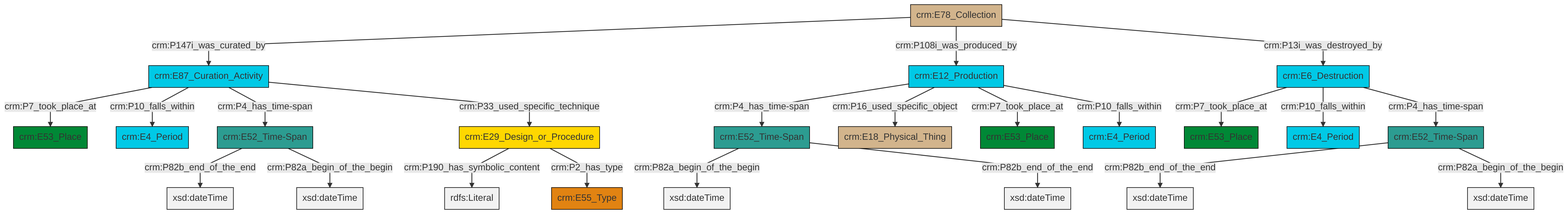
This is et/archivalCSV/ttl/mmd/png/archival_existence.png from swiss-art-research-net/docs.swissartresearch, a Mermaid export, as it was before one commit. Its source is kept beside it as et/archivalCSV/ttl/mmd/archival_existence.ttl.mmd.
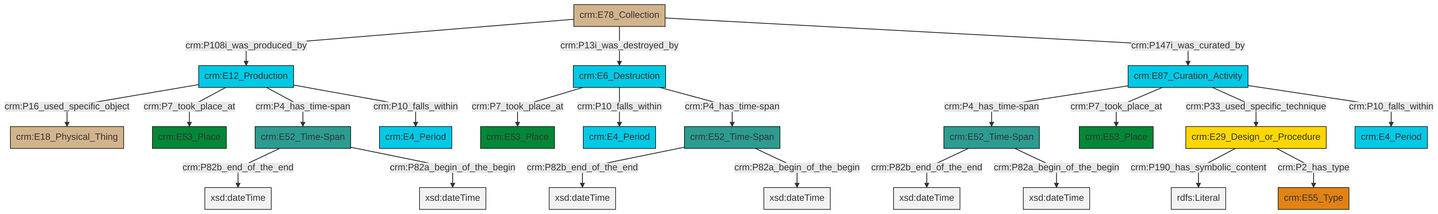
Later version of the same file.

Change to the diagram source:
```diff
@@ -13,25 +13,25 @@
 classDef PC_Classes fill:#4ce600, stroke:#000000;
 classDef Multi fill:#cccccc,stroke:#000000;
 
-0["crm:E87_Curation_Activity"]:::Temporal_Entity -->|crm:P7_took_place_at| 1["crm:E53_Place"]:::Place
-2["crm:E12_Production"]:::Temporal_Entity -->|crm:P4_has_time-span| 3["crm:E52_Time-Span"]:::Time-Span
-4["crm:E52_Time-Span"]:::Time-Span -->|crm:P82b_end_of_the_end| 5[xsd:dateTime]:::Literal
-3["crm:E52_Time-Span"]:::Time-Span -->|crm:P82a_begin_of_the_begin| 8[xsd:dateTime]:::Literal
-6["crm:E78_Collection"]:::Physical_Thing -->|crm:P147i_was_curated_by| 0["crm:E87_Curation_Activity"]:::Temporal_Entity
-2["crm:E12_Production"]:::Temporal_Entity -->|crm:P16_used_specific_object| 14["crm:E18_Physical_Thing"]:::Physical_Thing
-0["crm:E87_Curation_Activity"]:::Temporal_Entity -->|crm:P10_falls_within| 15["crm:E4_Period"]:::Temporal_Entity
-2["crm:E12_Production"]:::Temporal_Entity -->|crm:P7_took_place_at| 18["crm:E53_Place"]:::Place
-0["crm:E87_Curation_Activity"]:::Temporal_Entity -->|crm:P4_has_time-span| 4["crm:E52_Time-Span"]:::Time-Span
-6["crm:E78_Collection"]:::Physical_Thing -->|crm:P108i_was_produced_by| 2["crm:E12_Production"]:::Temporal_Entity
-16["crm:E6_Destruction"]:::Temporal_Entity -->|crm:P7_took_place_at| 26["crm:E53_Place"]:::Place
-11["crm:E52_Time-Span"]:::Time-Span -->|crm:P82b_end_of_the_end| 27[xsd:dateTime]:::Literal
-16["crm:E6_Destruction"]:::Temporal_Entity -->|crm:P10_falls_within| 30["crm:E4_Period"]:::Temporal_Entity
-3["crm:E52_Time-Span"]:::Time-Span -->|crm:P82b_end_of_the_end| 32[xsd:dateTime]:::Literal
-6["crm:E78_Collection"]:::Physical_Thing -->|crm:P13i_was_destroyed_by| 16["crm:E6_Destruction"]:::Temporal_Entity
-16["crm:E6_Destruction"]:::Temporal_Entity -->|crm:P4_has_time-span| 11["crm:E52_Time-Span"]:::Time-Span
-23["crm:E29_Design_or_Procedure"]:::Conceptual_Object -->|crm:P190_has_symbolic_content| 34[rdfs:Literal]:::Literal
-0["crm:E87_Curation_Activity"]:::Temporal_Entity -->|crm:P33_used_specific_technique| 23["crm:E29_Design_or_Procedure"]:::Conceptual_Object
-11["crm:E52_Time-Span"]:::Time-Span -->|crm:P82a_begin_of_the_begin| 35[xsd:dateTime]:::Literal
-23["crm:E29_Design_or_Procedure"]:::Conceptual_Object -->|crm:P2_has_type| 19["crm:E55_Type"]:::Type
-4["crm:E52_Time-Span"]:::Time-Span -->|crm:P82a_begin_of_the_begin| 37[xsd:dateTime]:::Literal
-2["crm:E12_Production"]:::Temporal_Entity -->|crm:P10_falls_within| 28["crm:E4_Period"]:::Temporal_Entity
+0["crm:E52_Time-Span"]:::Time-Span -->|crm:P82b_end_of_the_end| 1[xsd:dateTime]:::Literal
+2["crm:E87_Curation_Activity"]:::Temporal_Entity -->|crm:P4_has_time-span| 3["crm:E52_Time-Span"]:::Time-Span
+6["crm:E29_Design_or_Procedure"]:::Conceptual_Object -->|crm:P190_has_symbolic_content| 7[rdfs:Literal]:::Literal
+8["crm:E12_Production"]:::Temporal_Entity -->|crm:P16_used_specific_object| 9["crm:E18_Physical_Thing"]:::Physical_Thing
+11["crm:E78_Collection"]:::Physical_Thing -->|crm:P108i_was_produced_by| 8["crm:E12_Production"]:::Temporal_Entity
+2["crm:E87_Curation_Activity"]:::Temporal_Entity -->|crm:P7_took_place_at| 13["crm:E53_Place"]:::Place
+8["crm:E12_Production"]:::Temporal_Entity -->|crm:P7_took_place_at| 14["crm:E53_Place"]:::Place
+4["crm:E6_Destruction"]:::Temporal_Entity -->|crm:P7_took_place_at| 15["crm:E53_Place"]:::Place
+4["crm:E6_Destruction"]:::Temporal_Entity -->|crm:P10_falls_within| 17["crm:E4_Period"]:::Temporal_Entity
+11["crm:E78_Collection"]:::Physical_Thing -->|crm:P13i_was_destroyed_by| 4["crm:E6_Destruction"]:::Temporal_Entity
+11["crm:E78_Collection"]:::Physical_Thing -->|crm:P147i_was_curated_by| 2["crm:E87_Curation_Activity"]:::Temporal_Entity
+6["crm:E29_Design_or_Procedure"]:::Conceptual_Object -->|crm:P2_has_type| 20["crm:E55_Type"]:::Type
+0["crm:E52_Time-Span"]:::Time-Span -->|crm:P82a_begin_of_the_begin| 22[xsd:dateTime]:::Literal
+2["crm:E87_Curation_Activity"]:::Temporal_Entity -->|crm:P33_used_specific_technique| 6["crm:E29_Design_or_Procedure"]:::Conceptual_Object
+4["crm:E6_Destruction"]:::Temporal_Entity -->|crm:P4_has_time-span| 23["crm:E52_Time-Span"]:::Time-Span
+3["crm:E52_Time-Span"]:::Time-Span -->|crm:P82b_end_of_the_end| 24[xsd:dateTime]:::Literal
+23["crm:E52_Time-Span"]:::Time-Span -->|crm:P82b_end_of_the_end| 25[xsd:dateTime]:::Literal
+3["crm:E52_Time-Span"]:::Time-Span -->|crm:P82a_begin_of_the_begin| 27[xsd:dateTime]:::Literal
+23["crm:E52_Time-Span"]:::Time-Span -->|crm:P82a_begin_of_the_begin| 29[xsd:dateTime]:::Literal
+2["crm:E87_Curation_Activity"]:::Temporal_Entity -->|crm:P10_falls_within| 30["crm:E4_Period"]:::Temporal_Entity
+8["crm:E12_Production"]:::Temporal_Entity -->|crm:P4_has_time-span| 0["crm:E52_Time-Span"]:::Time-Span
+8["crm:E12_Production"]:::Temporal_Entity -->|crm:P10_falls_within| 31["crm:E4_Period"]:::Temporal_Entity
```
